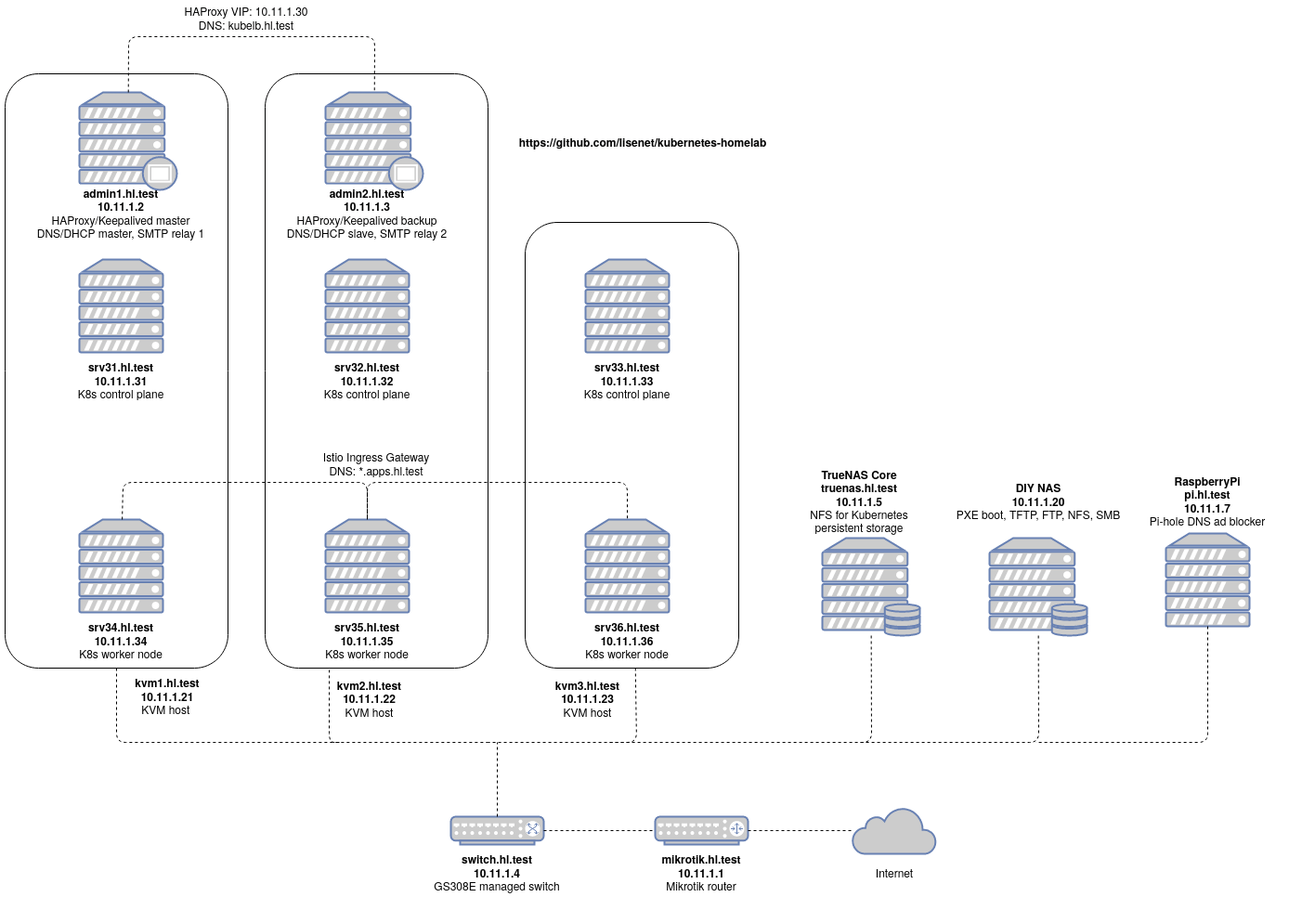
The draw.io diagram docs/kubernetes-homelab-diagram.png in lisenet/kubernetes-homelab, before a commit. Source tidied: cells renumbered, new cells last; positions are measured from the earlier drawing's top-left corner, leaving out a move shared by most shapes.
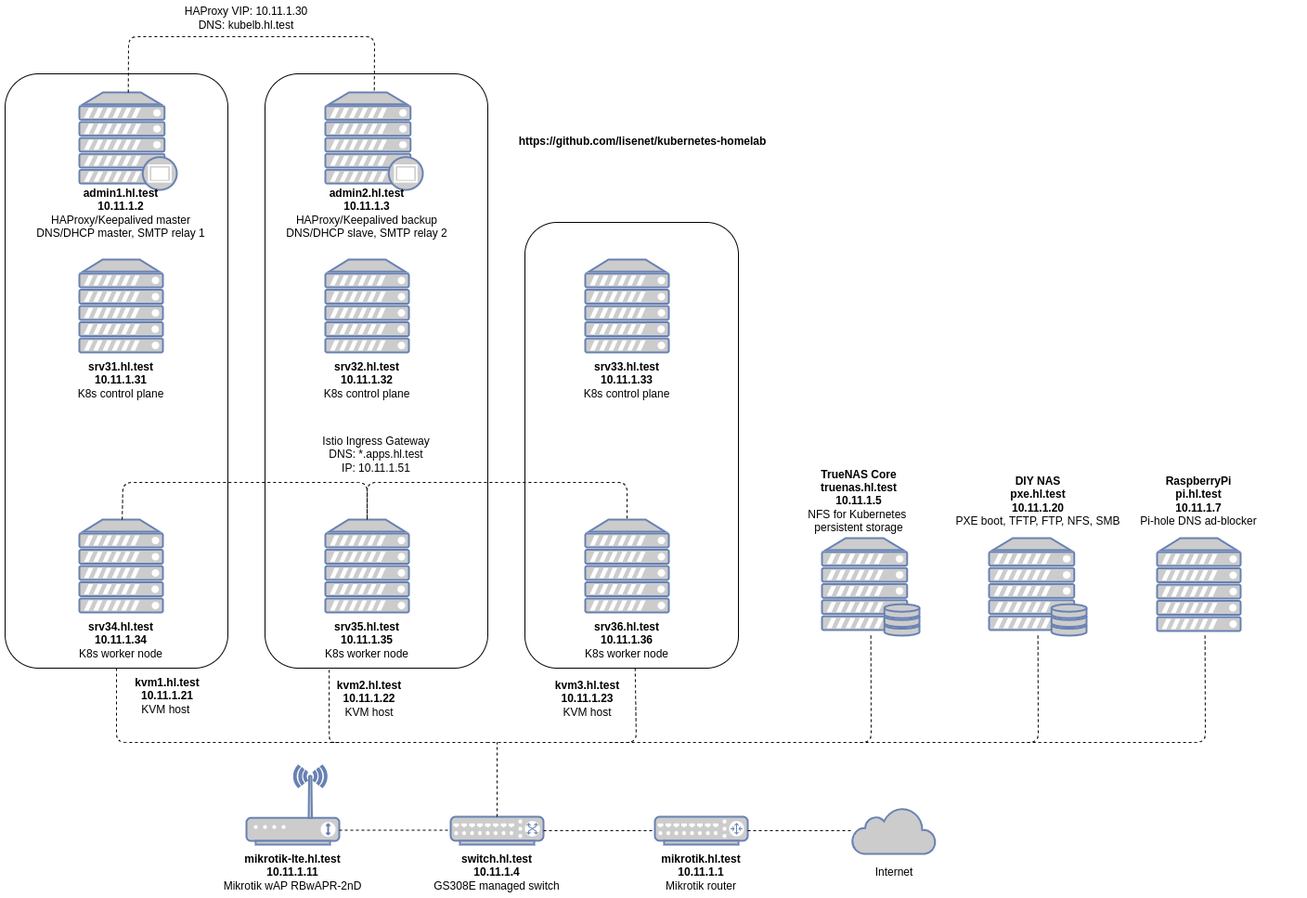
The same file after the commit.

Commit message:
Add Mikrotik wAP

Change to the diagram source:
```diff
@@ -85,7 +85,7 @@
     <mxCell id="27" style="fontColor=#0066CC;verticalAlign=top;verticalLabelPosition=bottom;labelPosition=center;align=center;html=1;outlineConnect=0;fillColor=#CCCCCC;strokeColor=#6881B3;gradientColor=none;gradientDirection=north;strokeWidth=2;shape=mxgraph.networks.server_storage;" parent="1" vertex="1">
       <mxGeometry x="1060" y="570" width="105" height="105" as="geometry" />
     </mxCell>
-    <mxCell id="28" value="&lt;b&gt;DIY NAS&lt;br&gt;10.11.1.20&lt;br&gt;&lt;/b&gt;PXE boot, TFTP, FTP, NFS, SMB" style="text;html=1;strokeColor=none;fillColor=none;align=center;verticalAlign=middle;whiteSpace=wrap;rounded=0;" parent="1" vertex="1">
+    <mxCell id="28" value="&lt;b&gt;DIY NAS&lt;br&gt;pxe.hl.test&lt;br&gt;10.11.1.20&lt;br&gt;&lt;/b&gt;PXE boot, TFTP, FTP, NFS, SMB" style="text;html=1;strokeColor=none;fillColor=none;align=center;verticalAlign=middle;whiteSpace=wrap;rounded=0;" parent="1" vertex="1">
       <mxGeometry x="1002.5" y="520" width="220" height="20" as="geometry" />
     </mxCell>
     <mxCell id="29" style="fontColor=#0066CC;verticalAlign=top;verticalLabelPosition=bottom;labelPosition=center;align=center;html=1;outlineConnect=0;fillColor=#CCCCCC;strokeColor=#6881B3;gradientColor=none;gradientDirection=north;strokeWidth=2;shape=mxgraph.networks.server_storage;" parent="1" vertex="1">
@@ -110,8 +110,8 @@
         </Array>
       </mxGeometry>
     </mxCell>
-    <mxCell id="33" value="Istio Ingress Gateway&lt;br&gt;DNS: *.apps.hl.test" style="text;html=1;strokeColor=none;fillColor=none;align=center;verticalAlign=middle;whiteSpace=wrap;rounded=0;" parent="1" vertex="1">
-      <mxGeometry x="330" y="480" width="140" height="20" as="geometry" />
+    <mxCell id="33" value="&lt;blockquote style=&quot;margin: 0 0 0 40px ; border: none ; padding: 0px&quot;&gt;Istio Ingress Gateway&lt;br&gt;DNS: *.apps.hl.test&lt;br&gt;IP: 10.11.1.51&lt;/blockquote&gt;" style="text;html=1;strokeColor=none;fillColor=none;align=center;verticalAlign=middle;whiteSpace=wrap;rounded=0;" parent="1" vertex="1">
+      <mxGeometry x="290" y="470" width="180" height="20" as="geometry" />
     </mxCell>
     <mxCell id="34" style="fontColor=#0066CC;verticalAlign=top;verticalLabelPosition=bottom;labelPosition=center;align=center;html=1;outlineConnect=0;fillColor=#CCCCCC;strokeColor=#6881B3;gradientColor=none;gradientDirection=north;strokeWidth=2;shape=mxgraph.networks.switch;" parent="1" vertex="1">
       <mxGeometry x="480" y="870" width="100" height="30" as="geometry" />
@@ -182,20 +182,32 @@
     <mxCell id="47" value="Internet" style="text;html=1;strokeColor=none;fillColor=none;align=center;verticalAlign=middle;whiteSpace=wrap;rounded=0;" parent="1" vertex="1">
       <mxGeometry x="847.5" y="920" width="220" height="20" as="geometry" />
     </mxCell>
-    <mxCell id="48" style="fontColor=#0066CC;verticalAlign=top;verticalLabelPosition=bottom;labelPosition=center;align=center;html=1;outlineConnect=0;fillColor=#CCCCCC;strokeColor=#6881B3;gradientColor=none;gradientDirection=north;strokeWidth=2;shape=mxgraph.networks.server;" parent="1" vertex="1">
-      <mxGeometry x="1250" y="565" width="90" height="100" as="geometry" />
-    </mxCell>
-    <mxCell id="49" value="&lt;b&gt;RaspberryPi&lt;br&gt;pi.hl.test&lt;br&gt;10.11.1.7&lt;br&gt;&lt;/b&gt;Pi-hole DNS ad blocker" style="text;html=1;strokeColor=none;fillColor=none;align=center;verticalAlign=middle;whiteSpace=wrap;rounded=0;" parent="1" vertex="1">
-      <mxGeometry x="1185" y="520" width="220" height="20" as="geometry" />
-    </mxCell>
-    <mxCell id="50" style="endArrow=none;dashed=1;html=1;" parent="1" edge="1" source="48">
-      <mxGeometry relative="1" as="geometry">
-        <mxPoint x="1110" y="790" as="targetPoint" />
-        <Array as="points">
-          <mxPoint x="1295" y="790" />
-          <mxPoint x="1110" y="790" />
-        </Array>
-      </mxGeometry>
-    </mxCell>
+    <mxCell id="51" value="&lt;b&gt;mikrotik-lte.hl.test&lt;/b&gt;&lt;br&gt;&lt;b&gt;10.11.1.11&lt;/b&gt;&lt;br&gt;Mikrotik wAP&amp;nbsp;&lt;span class=&quot;rovalue&quot;&gt;RBwAPR-2nD&lt;/span&gt;" style="text;html=1;strokeColor=none;fillColor=none;align=center;verticalAlign=middle;whiteSpace=wrap;rounded=0;" parent="1" vertex="1">
+      <mxGeometry x="200" y="920" width="220" height="20" as="geometry" />
+    </mxCell>
+    <mxCell id="52" style="fontColor=#0066CC;verticalAlign=top;verticalLabelPosition=bottom;labelPosition=center;align=center;html=1;fillColor=#CCCCCC;strokeColor=#6881B3;gradientColor=none;gradientDirection=north;strokeWidth=2;shape=mxgraph.networks.wireless_modem;" parent="1" vertex="1">
+      <mxGeometry x="260" y="815" width="100" height="85" as="geometry" />
+    </mxCell>
+    <mxCell id="53" style="endArrow=none;dashed=1;html=1;" parent="1" edge="1">
+      <mxGeometry relative="1" as="geometry">
+        <mxPoint x="360" y="884.5" as="sourcePoint" />
+        <mxPoint x="480" y="884.5" as="targetPoint" />
+      </mxGeometry>
+    </mxCell>
+    <mxCell id="54" style="fontColor=#0066CC;verticalAlign=top;verticalLabelPosition=bottom;labelPosition=center;align=center;html=1;fillColor=#CCCCCC;strokeColor=#6881B3;gradientColor=none;gradientDirection=north;strokeWidth=2;shape=mxgraph.networks.server;" parent="1" vertex="1">
+      <mxGeometry x="1241" y="570" width="90" height="100" as="geometry" />
+    </mxCell>
+    <mxCell id="55" style="endArrow=none;dashed=1;html=1;" parent="1" edge="1">
+      <mxGeometry relative="1" as="geometry">
+        <mxPoint x="1292.7" y="675" as="sourcePoint" />
+        <mxPoint x="1100" y="790" as="targetPoint" />
+        <Array as="points">
+          <mxPoint x="1293" y="790" />
+        </Array>
+      </mxGeometry>
+    </mxCell>
+    <mxCell id="56" value="&lt;b&gt;RaspberryPi&lt;br&gt;pi.hl.test&lt;br&gt;10.11.1.7&lt;br&gt;&lt;/b&gt;Pi-hole DNS ad-blocker" style="text;html=1;strokeColor=none;fillColor=none;align=center;verticalAlign=middle;whiteSpace=wrap;rounded=0;" parent="1" vertex="1">
+      <mxGeometry x="1176" y="520" width="220" height="20" as="geometry" />
+    </mxCell>
   </root>
 </mxGraphModel>
```
